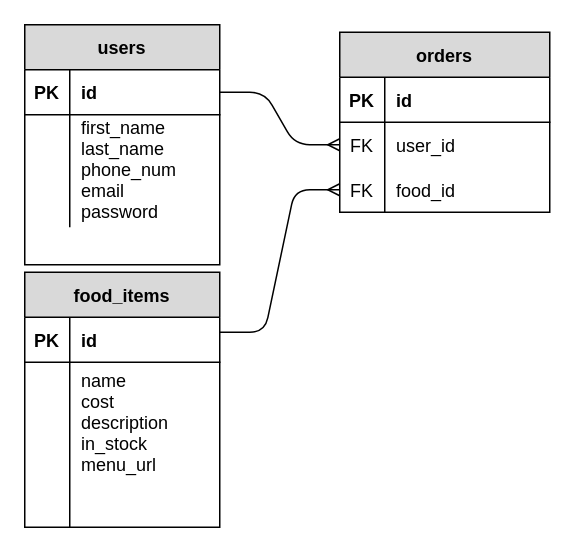
This is Untitled Diagram.drawio from KRIZVEE/javascripting, a draw.io file, before an edit. Source tidied: cells renumbered, new cells numbered last; positions are measured from the earlier drawing's top-left corner, leaving out a move shared by most shapes. Both pictures are drawn from the tidied source at 150%, with x=0, y=0 at pixel (24, 24).
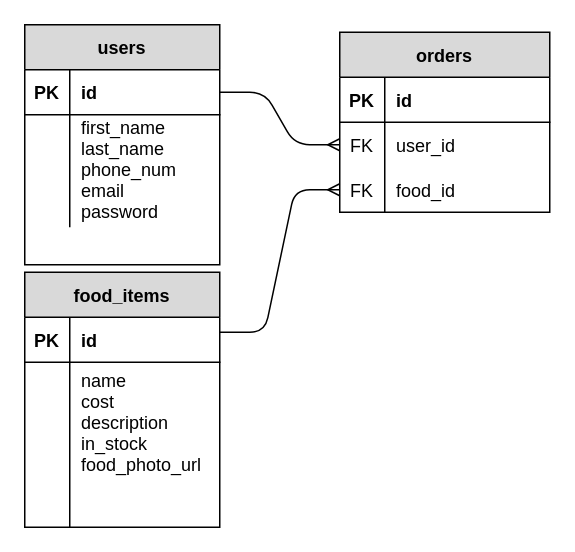
The same page after the edit.

The change refers to these unchanged cells:
```xml
<mxCell id="16" style="shape=partialRectangle;fillColor=none;top=0;left=0;right=0;bottom=0;" parent="12" vertex="1">
  <mxGeometry y="60" width="130" height="80" as="geometry" />
</mxCell>
```

What changed in the source:
```diff
@@
-    <mxCell id="18" value="name&#10;cost &#10;description&#10;in_stock&#10;menu_url" style="shape=partialRectangle;overflow=hidden;fillColor=none;top=0;left=0;bottom=0;right=0;align=left;spacingLeft=6;" parent="16" vertex="1">
+    <mxCell id="18" value="name&#10;cost &#10;description&#10;in_stock&#10;food_photo_url" style="shape=partialRectangle;overflow=hidden;fillColor=none;top=0;left=0;bottom=0;right=0;align=left;spacingLeft=6;" parent="16" vertex="1">
       <mxGeometry x="30" width="100" height="80" as="geometry" />
     </mxCell>
```
